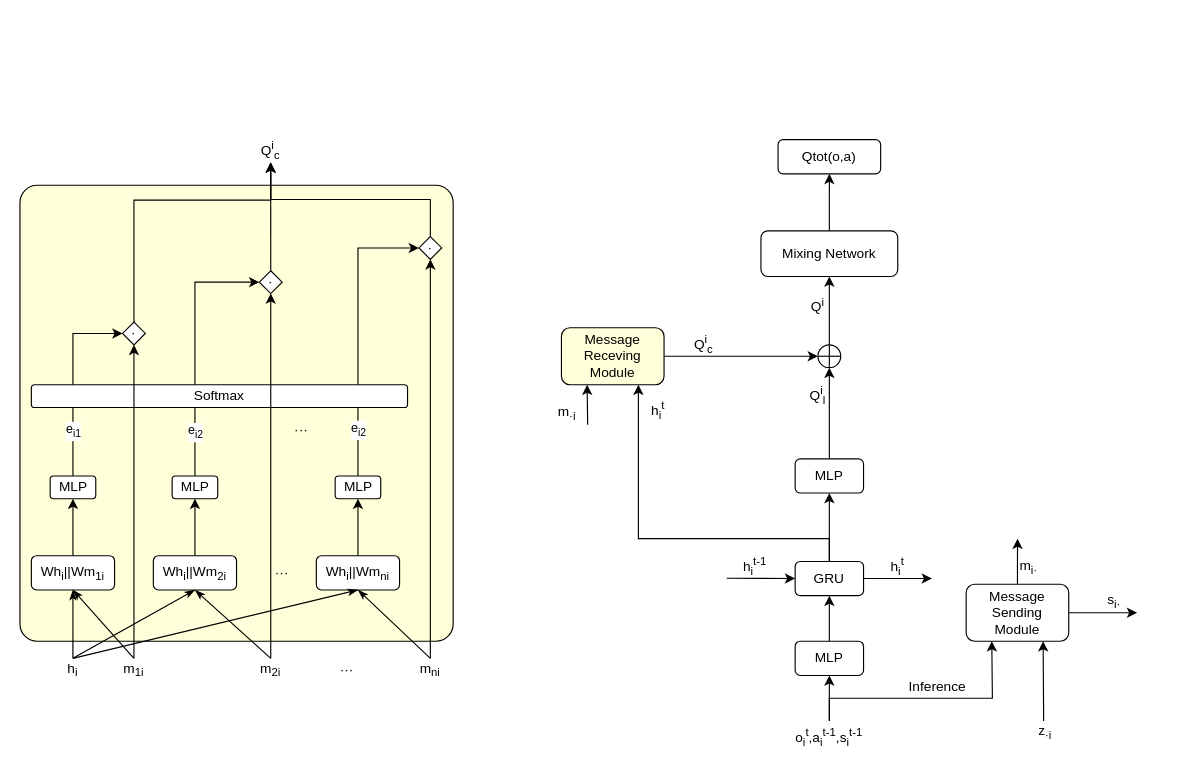
Earlier version of the draw.io diagram network.drawio (fan-zine/drawio). Source tidied: cells renumbered, new cells numbered last; positions are measured from the earlier drawing's top-left corner, leaving out a move shared by most shapes. Both pictures are drawn from the tidied source at 114%, with x=0, y=0 at pixel (19, 139).
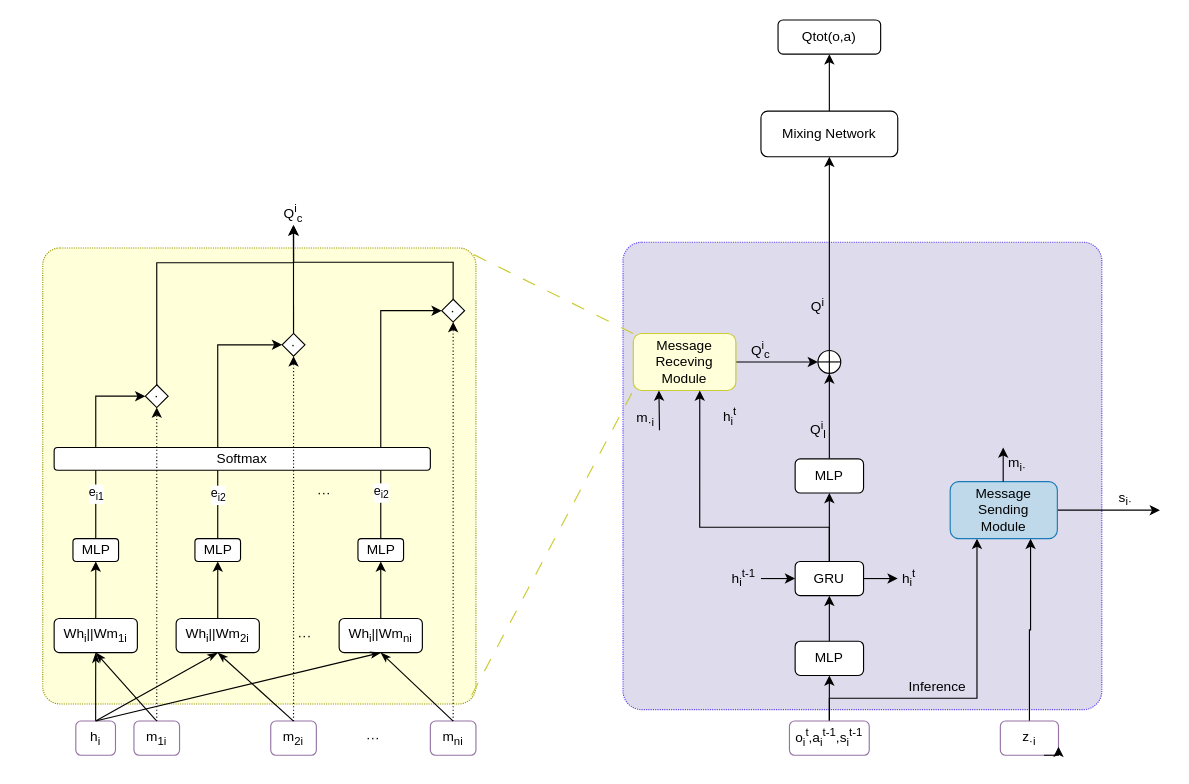
The same page after the edit.

The change refers to these unchanged cells:
```xml
<mxCell id="11" value="GRU" style="rounded=1;whiteSpace=wrap;html=1;" parent="1" vertex="1">
  <mxGeometry x="680" y="370" width="60" height="30" as="geometry" />
</mxCell>
<mxCell id="15" value="MLP" style="rounded=1;whiteSpace=wrap;html=1;" parent="1" vertex="1">
  <mxGeometry x="680" y="280" width="60" height="30" as="geometry" />
</mxCell>
```

What changed in the source:
```diff
@@
+    <mxCell id="77" style="rounded=1;whiteSpace=wrap;html=1;strokeColor=#5e40f2;align=center;verticalAlign=middle;fontFamily=Helvetica;fontSize=12;fillColor=#dedbec;shadow=0;glass=0;arcSize=4;dashed=1;dashPattern=1 1;" parent="1" vertex="1">
+      <mxGeometry x="529" y="90" width="420" height="410" as="geometry" />
+    </mxCell>
-    <mxCell id="2" style="rounded=1;whiteSpace=wrap;html=1;strokeColor=#000000;align=center;verticalAlign=middle;fontFamily=Helvetica;fontSize=12;fillColor=#ffffd9;shadow=0;glass=0;arcSize=4;" parent="1" vertex="1">
-      <mxGeometry y="40" width="380" height="400" as="geometry" />
+    <mxCell id="2" style="rounded=1;whiteSpace=wrap;html=1;strokeColor=#999900;align=center;verticalAlign=middle;fontFamily=Helvetica;fontSize=12;fillColor=#ffffd9;shadow=0;glass=0;arcSize=4;dashed=1;dashPattern=1 1;" parent="1" vertex="1">
+      <mxGeometry x="20" y="95" width="380" height="400" as="geometry" />
     </mxCell>
@@
-    <mxCell id="10" style="edgeStyle=orthogonalEdgeStyle;rounded=0;jettySize=auto;html=1;exitX=0.5;exitY=0;exitDx=0;exitDy=0;entryX=0.75;entryY=1;entryDx=0;entryDy=0;" parent="1" edge="1" source="11" target="29">
-      <mxGeometry relative="1" as="geometry">
-        <Array as="points">
-          <mxPoint x="710" y="350" />
-          <mxPoint x="543" y="350" />
-          <mxPoint x="543" y="215" />
-        </Array>
-      </mxGeometry>
-    </mxCell>
@@
+    <mxCell id="27" style="edgeStyle=orthogonalEdgeStyle;rounded=0;jettySize=auto;html=1;exitX=0.5;exitY=0;exitDx=0;exitDy=0;entryX=0.25;entryY=1;entryDx=0;entryDy=0;fontFamily=Helvetica;fontSize=12;fontColor=default;" parent="1" edge="1" source="13" target="26">
+      <mxGeometry relative="1" as="geometry">
+        <Array as="points">
+          <mxPoint x="710" y="490" />
+          <mxPoint x="840" y="490" />
+        </Array>
+      </mxGeometry>
+    </mxCell>
-    <mxCell id="13" value="o&lt;sub&gt;i&lt;/sub&gt;&lt;sup&gt;t&lt;/sup&gt;,a&lt;sub&gt;i&lt;/sub&gt;&lt;sup&gt;t-1&lt;/sup&gt;,s&lt;sub&gt;i&lt;/sub&gt;&lt;sup&gt;t-1&lt;/sup&gt;" style="text;html=1;align=center;verticalAlign=middle;whiteSpace=wrap;rounded=0;" parent="1" vertex="1">
+    <mxCell id="13" value="o&lt;sub&gt;i&lt;/sub&gt;&lt;sup&gt;t&lt;/sup&gt;,a&lt;sub&gt;i&lt;/sub&gt;&lt;sup&gt;t-1&lt;/sup&gt;,s&lt;sub&gt;i&lt;/sub&gt;&lt;sup&gt;t-1&lt;/sup&gt;" style="text;html=1;align=center;verticalAlign=middle;whiteSpace=wrap;rounded=1;fillColor=none;strokeColor=#9673a6;" parent="1" vertex="1">
       <mxGeometry x="675" y="510" width="70" height="30" as="geometry" />
     </mxCell>
-    <mxCell id="14" style="edgeStyle=orthogonalEdgeStyle;rounded=0;jettySize=auto;html=1;exitX=0.5;exitY=0;exitDx=0;exitDy=0;entryX=0.5;entryY=1;entryDx=0;entryDy=0;" parent="1" edge="1" source="15">
-      <mxGeometry relative="1" as="geometry">
-        <mxPoint x="710" y="200" as="targetPoint" />
-      </mxGeometry>
-    </mxCell>
+    <mxCell id="78" style="edgeStyle=orthogonalEdgeStyle;rounded=0;jettySize=auto;html=1;exitX=0.5;exitY=0;exitDx=0;exitDy=0;entryX=0.5;entryY=1;entryDx=0;entryDy=0;fontFamily=Helvetica;fontSize=12;fontColor=default;" parent="1" edge="1" source="15" target="33">
+      <mxGeometry relative="1" as="geometry" />
+    </mxCell>
@@
     <mxCell id="17" value="Mixing Network" style="rounded=1;whiteSpace=wrap;html=1;" parent="1" vertex="1">
-      <mxGeometry x="650" y="80" width="120" height="40" as="geometry" />
+      <mxGeometry x="650" y="-25" width="120" height="40" as="geometry" />
     </mxCell>
     <mxCell id="18" value="Qtot(o,a)" style="rounded=1;whiteSpace=wrap;html=1;" parent="1" vertex="1">
-      <mxGeometry x="665" width="90" height="30" as="geometry" />
+      <mxGeometry x="665" y="-105" width="90" height="30" as="geometry" />
     </mxCell>
-    <mxCell id="19" style="endArrow=classic;html=1;rounded=0;entryX=0;entryY=0.5;entryDx=0;entryDy=0;" parent="1" edge="1" target="11">
-      <mxGeometry relative="1" as="geometry">
-        <mxPoint x="620" y="384.7" as="sourcePoint" />
-      </mxGeometry>
+    <mxCell id="19" style="endArrow=classic;html=1;rounded=0;entryX=0;entryY=0.5;entryDx=0;entryDy=0;exitX=1;exitY=0.5;exitDx=0;exitDy=0;" parent="1" edge="1" source="21" target="11">
+      <mxGeometry relative="1" as="geometry" />
     </mxCell>
-    <mxCell id="20" style="endArrow=classic;html=1;rounded=0;exitX=1;exitY=0.5;exitDx=0;exitDy=0;" parent="1" edge="1" source="11">
-      <mxGeometry relative="1" as="geometry">
-        <mxPoint x="800" y="385" as="targetPoint" />
-      </mxGeometry>
+    <mxCell id="20" style="endArrow=classic;html=1;rounded=0;exitX=1;exitY=0.5;exitDx=0;exitDy=0;entryX=0;entryY=0.5;entryDx=0;entryDy=0;" parent="1" edge="1" source="11" target="75">
+      <mxGeometry relative="1" as="geometry" />
     </mxCell>
     <mxCell id="21" value="h&lt;sub&gt;i&lt;/sub&gt;&lt;sup&gt;t-1&lt;/sup&gt;" style="text;html=1;align=center;verticalAlign=middle;whiteSpace=wrap;rounded=0;" parent="1" vertex="1">
-      <mxGeometry x="615" y="360" width="60" height="30" as="geometry" />
+      <mxGeometry x="620" y="370" width="30" height="30" as="geometry" />
     </mxCell>
@@
-    <mxCell id="23" value="h&lt;sub&gt;i&lt;/sub&gt;" style="text;html=1;align=center;verticalAlign=middle;whiteSpace=wrap;rounded=0;" parent="1" vertex="1">
-      <mxGeometry x="38.2" y="455" width="16.5" height="20" as="geometry" />
+    <mxCell id="23" value="h&lt;sub&gt;i&lt;/sub&gt;" style="text;html=1;align=center;verticalAlign=middle;whiteSpace=wrap;rounded=1;fillColor=none;strokeColor=#9673a6;" parent="1" vertex="1">
+      <mxGeometry x="49" y="510" width="34.8" height="30" as="geometry" />
     </mxCell>
-    <mxCell id="24" style="edgeStyle=orthogonalEdgeStyle;rounded=0;jettySize=auto;html=1;exitX=1;exitY=0.5;exitDx=0;exitDy=0;" parent="1" edge="1" source="26">
-      <mxGeometry relative="1" as="geometry">
-        <mxPoint x="980" y="415" as="targetPoint" />
-      </mxGeometry>
-    </mxCell>
-    <mxCell id="25" style="edgeStyle=orthogonalEdgeStyle;rounded=0;jettySize=auto;html=1;exitX=0.5;exitY=0;exitDx=0;exitDy=0;" parent="1" edge="1" source="26">
-      <mxGeometry relative="1" as="geometry">
-        <mxPoint x="875.1" y="350" as="targetPoint" />
-      </mxGeometry>
-    </mxCell>
+    <mxCell id="79" style="edgeStyle=orthogonalEdgeStyle;rounded=0;jettySize=auto;html=1;exitX=1;exitY=0.5;exitDx=0;exitDy=0;fontFamily=Helvetica;fontSize=12;fontColor=default;" parent="1" edge="1" source="26">
+      <mxGeometry relative="1" as="geometry">
+        <mxPoint x="1000" y="325" as="targetPoint" />
+      </mxGeometry>
+    </mxCell>
-    <mxCell id="26" value="Message&lt;br&gt;Sending&lt;br&gt;Module" style="rounded=1;whiteSpace=wrap;html=1;" parent="1" vertex="1">
-      <mxGeometry x="830" y="390" width="90" height="50" as="geometry" />
+    <mxCell id="26" value="Message&lt;br&gt;Sending&lt;br&gt;Module" style="rounded=1;whiteSpace=wrap;html=1;fillColor=#bfd9ea;strokeColor=#1a7bb7;" parent="1" vertex="1">
+      <mxGeometry x="816" y="300" width="94" height="50" as="geometry" />
     </mxCell>
-    <mxCell id="27" style="endArrow=classic;html=1;rounded=0;exitX=0.5;exitY=0;exitDx=0;exitDy=0;entryX=0.25;entryY=1;entryDx=0;entryDy=0;" parent="1" edge="1" source="13" target="26">
-      <mxGeometry relative="1" as="geometry">
-        <Array as="points">
-          <mxPoint x="710" y="490" />
-          <mxPoint x="853" y="490" />
-        </Array>
-      </mxGeometry>
-    </mxCell>
@@
+    <mxCell id="80" style="rounded=0;jettySize=auto;html=1;exitX=0;exitY=0;exitDx=0;exitDy=0;fontFamily=Helvetica;fontSize=12;fontColor=default;endArrow=none;endFill=0;strokeColor=#cbcb34;dashed=1;dashPattern=12 12;entryX=0.981;entryY=0.008;entryDx=0;entryDy=0;entryPerimeter=0;" parent="1" edge="1" source="29" target="2">
+      <mxGeometry relative="1" as="geometry" />
+    </mxCell>
-    <mxCell id="29" value="Message&lt;br&gt;Receving&lt;br&gt;Module" style="rounded=1;whiteSpace=wrap;html=1;fillColor=#ffffd9;" parent="1" vertex="1">
-      <mxGeometry x="475" y="165" width="90" height="50" as="geometry" />
+    <mxCell id="29" value="Message&lt;br&gt;Receving&lt;br&gt;Module" style="rounded=1;whiteSpace=wrap;html=1;fillColor=#ffffd9;strokeColor=#cbcb34;" parent="1" vertex="1">
+      <mxGeometry x="538" y="170" width="90" height="50" as="geometry" />
     </mxCell>
     <mxCell id="30" value="Q&lt;sup&gt;i&lt;/sup&gt;&lt;sub&gt;c&lt;/sub&gt;" style="text;html=1;align=center;verticalAlign=middle;whiteSpace=wrap;rounded=0;" parent="1" vertex="1">
-      <mxGeometry x="570" y="165" width="60" height="30" as="geometry" />
+      <mxGeometry x="620" y="170" width="60" height="30" as="geometry" />
     </mxCell>
     <mxCell id="31" value="h&lt;sub&gt;i&lt;/sub&gt;&lt;sup&gt;t&lt;/sup&gt;" style="text;html=1;align=center;verticalAlign=middle;whiteSpace=wrap;rounded=0;" parent="1" vertex="1">
-      <mxGeometry x="550" y="225" width="20" height="25" as="geometry" />
+      <mxGeometry x="613" y="230" width="20" height="25" as="geometry" />
     </mxCell>
-    <mxCell id="32" style="edgeStyle=orthogonalEdgeStyle;rounded=0;jettySize=auto;html=1;exitX=0.5;exitY=0;exitDx=0;exitDy=0;entryX=0.5;entryY=1;entryDx=0;entryDy=0;" parent="1" edge="1" source="33" target="17">
+    <mxCell id="32" style="edgeStyle=orthogonalEdgeStyle;rounded=0;jettySize=auto;html=1;exitX=0.5;exitY=0;exitDx=0;exitDy=0;entryX=0.5;entryY=1;entryDx=0;entryDy=0;fontFamily=Helvetica;fontSize=12;fontColor=default;" parent="1" edge="1" source="33" target="17">
       <mxGeometry relative="1" as="geometry" />
     </mxCell>
     <mxCell id="33" style="shape=orEllipse;perimeter=ellipsePerimeter;whiteSpace=wrap;html=1;backgroundOutline=1;" parent="1" vertex="1">
-      <mxGeometry x="700" y="180" width="20" height="20" as="geometry" />
+      <mxGeometry x="700" y="185" width="20" height="20" as="geometry" />
     </mxCell>
     <mxCell id="34" value="Q&lt;sup&gt;i&lt;/sup&gt;&lt;sub&gt;l&lt;/sub&gt;" style="text;html=1;align=center;verticalAlign=middle;whiteSpace=wrap;rounded=0;" parent="1" vertex="1">
-      <mxGeometry x="670" y="210" width="60" height="30" as="geometry" />
+      <mxGeometry x="687.5" y="240" width="25" height="30" as="geometry" />
     </mxCell>
@@
-    <mxCell id="36" style="endArrow=classic;html=1;rounded=0;entryX=0.75;entryY=1;entryDx=0;entryDy=0;" parent="1" edge="1" target="26">
-      <mxGeometry relative="1" as="geometry">
-        <mxPoint x="898" y="510" as="sourcePoint" />
-      </mxGeometry>
-    </mxCell>
+    <mxCell id="81" style="edgeStyle=orthogonalEdgeStyle;rounded=0;jettySize=auto;html=1;exitX=0.5;exitY=0;exitDx=0;exitDy=0;entryX=0.75;entryY=1;entryDx=0;entryDy=0;fontFamily=Helvetica;fontSize=12;fontColor=default;" parent="1" edge="1" source="37" target="26">
+      <mxGeometry relative="1" as="geometry" />
+    </mxCell>
-    <mxCell id="37" value="z&lt;sub&gt;·i&lt;/sub&gt;" style="text;html=1;align=center;verticalAlign=middle;whiteSpace=wrap;rounded=0;" parent="1" vertex="1">
-      <mxGeometry x="879" y="510" width="41" height="20" as="geometry" />
+    <mxCell id="37" value="z&lt;sub&gt;·i&lt;/sub&gt;" style="text;html=1;align=center;verticalAlign=middle;whiteSpace=wrap;rounded=1;fillColor=none;strokeColor=#9673a6;" parent="1" vertex="1">
+      <mxGeometry x="860" y="510" width="51" height="30" as="geometry" />
     </mxCell>
     <mxCell id="38" value="s&lt;sub&gt;i·&lt;/sub&gt;" style="text;html=1;align=center;verticalAlign=middle;whiteSpace=wrap;rounded=0;" parent="1" vertex="1">
-      <mxGeometry x="930" y="390" width="60" height="30" as="geometry" />
+      <mxGeometry x="940" y="300" width="60" height="30" as="geometry" />
     </mxCell>
@@
     <mxCell id="40" style="endArrow=classic;html=1;rounded=0;entryX=0.25;entryY=1;entryDx=0;entryDy=0;" parent="1" edge="1" target="29">
       <mxGeometry relative="1" as="geometry">
-        <mxPoint x="498" y="250" as="sourcePoint" />
+        <mxPoint x="561" y="255" as="sourcePoint" />
       </mxGeometry>
     </mxCell>
     <mxCell id="41" value="m&lt;sub&gt;·i&lt;/sub&gt;" style="text;html=1;align=center;verticalAlign=middle;whiteSpace=wrap;rounded=0;" parent="1" vertex="1">
-      <mxGeometry x="460" y="230" width="40" height="20" as="geometry" />
+      <mxGeometry x="529" y="235" width="40" height="20" as="geometry" />
     </mxCell>
     <mxCell id="42" value="m&lt;sub&gt;i·&lt;/sub&gt;" style="text;html=1;align=center;verticalAlign=middle;whiteSpace=wrap;rounded=0;" parent="1" vertex="1">
-      <mxGeometry x="860" y="360" width="50" height="30" as="geometry" />
+      <mxGeometry x="850" y="270" width="50" height="30" as="geometry" />
     </mxCell>
@@
     <mxCell id="44" value="Wh&lt;sub&gt;i&lt;/sub&gt;||Wm&lt;sub&gt;1i&lt;/sub&gt;" style="rounded=1;whiteSpace=wrap;html=1;" parent="1" vertex="1">
-      <mxGeometry x="10" y="365" width="73" height="30" as="geometry" />
+      <mxGeometry x="30" y="420" width="73" height="30" as="geometry" />
     </mxCell>
@@
     <mxCell id="46" value="Wh&lt;sub&gt;i&lt;/sub&gt;||Wm&lt;sub&gt;2i&lt;/sub&gt;" style="rounded=1;whiteSpace=wrap;html=1;" parent="1" vertex="1">
-      <mxGeometry x="117" y="365" width="73" height="30" as="geometry" />
+      <mxGeometry x="137" y="420" width="73" height="30" as="geometry" />
     </mxCell>
@@
     <mxCell id="48" value="Wh&lt;sub&gt;i&lt;/sub&gt;||Wm&lt;sub&gt;ni&lt;/sub&gt;" style="rounded=1;whiteSpace=wrap;html=1;" parent="1" vertex="1">
-      <mxGeometry x="260" y="365" width="73" height="30" as="geometry" />
+      <mxGeometry x="280" y="420" width="73" height="30" as="geometry" />
     </mxCell>
     <mxCell id="49" value="···" style="text;html=1;align=center;verticalAlign=middle;whiteSpace=wrap;rounded=0;" parent="1" vertex="1">
-      <mxGeometry x="200" y="370" width="60" height="20" as="geometry" />
+      <mxGeometry x="220" y="425" width="60" height="20" as="geometry" />
     </mxCell>
@@
-    <mxCell id="51" value="m&lt;sub&gt;1i&lt;/sub&gt;" style="text;html=1;align=center;verticalAlign=middle;whiteSpace=wrap;rounded=0;" parent="1" vertex="1">
-      <mxGeometry x="90" y="455" width="20" height="20" as="geometry" />
+    <mxCell id="51" value="m&lt;sub&gt;1i&lt;/sub&gt;" style="text;html=1;align=center;verticalAlign=middle;whiteSpace=wrap;rounded=1;fillColor=none;strokeColor=#9673a6;" parent="1" vertex="1">
+      <mxGeometry x="100" y="510" width="40" height="30" as="geometry" />
     </mxCell>
-    <mxCell id="52" value="m&lt;sub&gt;2i&lt;/sub&gt;" style="text;html=1;align=center;verticalAlign=middle;whiteSpace=wrap;rounded=0;" parent="1" vertex="1">
-      <mxGeometry x="210" y="455" width="20" height="20" as="geometry" />
+    <mxCell id="52" value="m&lt;sub&gt;2i&lt;/sub&gt;" style="text;html=1;align=center;verticalAlign=middle;whiteSpace=wrap;rounded=1;fillColor=none;strokeColor=#9673a6;" parent="1" vertex="1">
+      <mxGeometry x="220" y="510" width="40" height="30" as="geometry" />
     </mxCell>
-    <mxCell id="53" value="···" style="text;html=1;align=center;verticalAlign=middle;whiteSpace=wrap;rounded=0;" parent="1" vertex="1">
-      <mxGeometry x="256.5" y="455" width="60" height="20" as="geometry" />
+    <mxCell id="53" value="···" style="text;html=1;align=center;verticalAlign=middle;whiteSpace=wrap;rounded=0;fillColor=none;strokeColor=none;" parent="1" vertex="1">
+      <mxGeometry x="280" y="515" width="60" height="20" as="geometry" />
     </mxCell>
-    <mxCell id="54" style="edgeStyle=orthogonalEdgeStyle;rounded=0;jettySize=auto;html=1;exitX=0.5;exitY=0;exitDx=0;exitDy=0;entryX=0.5;entryY=1;entryDx=0;entryDy=0;fontFamily=Helvetica;fontSize=12;fontColor=default;" parent="1" edge="1" source="55" target="69">
+    <mxCell id="54" style="edgeStyle=orthogonalEdgeStyle;rounded=0;jettySize=auto;html=1;exitX=0.5;exitY=0;exitDx=0;exitDy=0;entryX=0.5;entryY=1;entryDx=0;entryDy=0;fontFamily=Helvetica;fontSize=12;fontColor=default;dashed=1;dashPattern=1 2;" parent="1" edge="1" source="55" target="69">
       <mxGeometry relative="1" as="geometry" />
     </mxCell>
-    <mxCell id="55" value="m&lt;sub&gt;ni&lt;/sub&gt;" style="text;html=1;align=center;verticalAlign=middle;whiteSpace=wrap;rounded=0;" parent="1" vertex="1">
-      <mxGeometry x="350" y="455" width="20" height="20" as="geometry" />
+    <mxCell id="55" value="m&lt;sub&gt;ni&lt;/sub&gt;" style="text;html=1;align=center;verticalAlign=middle;whiteSpace=wrap;rounded=1;fillColor=none;strokeColor=#9673a6;" parent="1" vertex="1">
+      <mxGeometry x="360" y="510" width="40" height="30" as="geometry" />
     </mxCell>
@@
     <mxCell id="60" value="MLP" style="rounded=1;whiteSpace=wrap;html=1;" parent="1" vertex="1">
-      <mxGeometry x="26.5" y="295" width="40" height="20" as="geometry" />
+      <mxGeometry x="46.5" y="350" width="40" height="20" as="geometry" />
     </mxCell>
     <mxCell id="61" value="MLP" style="rounded=1;whiteSpace=wrap;html=1;" parent="1" vertex="1">
-      <mxGeometry x="133.5" y="295" width="40" height="20" as="geometry" />
+      <mxGeometry x="153.5" y="350" width="40" height="20" as="geometry" />
     </mxCell>
     <mxCell id="62" value="MLP" style="rounded=1;whiteSpace=wrap;html=1;" parent="1" vertex="1">
-      <mxGeometry x="276.5" y="295" width="40" height="20" as="geometry" />
+      <mxGeometry x="296.5" y="350" width="40" height="20" as="geometry" />
     </mxCell>
@@
     <mxCell id="65" value="Softmax" style="rounded=1;whiteSpace=wrap;html=1;" parent="1" vertex="1">
-      <mxGeometry x="10" y="215" width="330" height="20" as="geometry" />
+      <mxGeometry x="30" y="270" width="330" height="20" as="geometry" />
     </mxCell>
     <mxCell id="66" style="edgeStyle=orthogonalEdgeStyle;rounded=0;jettySize=auto;html=1;exitX=0.5;exitY=0;exitDx=0;exitDy=0;fontFamily=Helvetica;fontSize=12;fontColor=default;entryX=0.5;entryY=1;entryDx=0;entryDy=0;" parent="1" edge="1" target="76">
       <mxGeometry relative="1" as="geometry">
-        <mxPoint x="100" y="163" as="sourcePoint" />
+        <mxPoint x="120" y="218" as="sourcePoint" />
         <Array as="points">
-          <mxPoint x="100" y="53" />
-          <mxPoint x="220" y="53" />
+          <mxPoint x="120" y="108" />
+          <mxPoint x="240" y="108" />
         </Array>
       </mxGeometry>
     </mxCell>
     <mxCell id="67" value="·" style="rhombus;whiteSpace=wrap;html=1;" parent="1" vertex="1">
-      <mxGeometry x="90" y="160" width="20" height="20" as="geometry" />
+      <mxGeometry x="110" y="215" width="20" height="20" as="geometry" />
     </mxCell>
@@
     <mxCell id="69" value="·" style="rhombus;whiteSpace=wrap;html=1;" parent="1" vertex="1">
-      <mxGeometry x="350" y="85" width="20" height="20" as="geometry" />
+      <mxGeometry x="370" y="140" width="20" height="20" as="geometry" />
     </mxCell>
@@
     <mxCell id="71" value="·" style="rhombus;whiteSpace=wrap;html=1;" parent="1" vertex="1">
-      <mxGeometry x="210" y="115" width="20" height="20" as="geometry" />
+      <mxGeometry x="230" y="170" width="20" height="20" as="geometry" />
     </mxCell>
-    <mxCell id="72" style="edgeStyle=orthogonalEdgeStyle;rounded=0;jettySize=auto;html=1;exitX=0.5;exitY=0;exitDx=0;exitDy=0;entryX=0.5;entryY=1;entryDx=0;entryDy=0;fontFamily=Helvetica;fontSize=12;fontColor=default;" parent="1" edge="1" source="51" target="67">
+    <mxCell id="72" style="edgeStyle=orthogonalEdgeStyle;rounded=0;jettySize=auto;html=1;exitX=0.5;exitY=0;exitDx=0;exitDy=0;entryX=0.5;entryY=1;entryDx=0;entryDy=0;fontFamily=Helvetica;fontSize=12;fontColor=default;dashed=1;dashPattern=1 2;" parent="1" edge="1" source="51" target="67">
       <mxGeometry relative="1" as="geometry" />
     </mxCell>
-    <mxCell id="73" style="edgeStyle=orthogonalEdgeStyle;rounded=0;jettySize=auto;html=1;exitX=0.5;exitY=0;exitDx=0;exitDy=0;fontFamily=Helvetica;fontSize=12;fontColor=default;entryX=0.5;entryY=1;entryDx=0;entryDy=0;" parent="1" edge="1" source="52" target="71">
+    <mxCell id="73" style="edgeStyle=orthogonalEdgeStyle;rounded=0;jettySize=auto;html=1;exitX=0.5;exitY=0;exitDx=0;exitDy=0;fontFamily=Helvetica;fontSize=12;fontColor=default;entryX=0.5;entryY=1;entryDx=0;entryDy=0;dashed=1;dashPattern=1 2;" parent="1" edge="1" source="52" target="71">
       <mxGeometry relative="1" as="geometry" />
     </mxCell>
     <mxCell id="74" value="···" style="text;html=1;align=center;verticalAlign=middle;whiteSpace=wrap;rounded=0;" parent="1" vertex="1">
-      <mxGeometry x="216.5" y="245" width="60" height="20" as="geometry" />
+      <mxGeometry x="236.5" y="300" width="60" height="20" as="geometry" />
     </mxCell>
     <mxCell id="75" value="h&lt;sub&gt;i&lt;/sub&gt;&lt;sup&gt;t&lt;/sup&gt;" style="text;html=1;align=center;verticalAlign=middle;whiteSpace=wrap;rounded=0;" parent="1" vertex="1">
-      <mxGeometry x="760" y="362.5" width="20" height="25" as="geometry" />
+      <mxGeometry x="770" y="372.5" width="20" height="25" as="geometry" />
     </mxCell>
     <mxCell id="76" value="Q&lt;sup&gt;i&lt;/sup&gt;&lt;sub&gt;c&lt;/sub&gt;" style="text;html=1;align=center;verticalAlign=middle;whiteSpace=wrap;rounded=0;" parent="1" vertex="1">
-      <mxGeometry x="198.2" width="43.5" height="20" as="geometry" />
+      <mxGeometry x="218.2" y="55" width="43.5" height="20" as="geometry" />
     </mxCell>
+    <mxCell id="82" style="rounded=0;jettySize=auto;html=1;fontFamily=Helvetica;fontSize=12;fontColor=default;endArrow=none;endFill=0;entryX=0;entryY=1;entryDx=0;entryDy=0;strokeColor=#cbcb34;dashed=1;dashPattern=12 12;exitX=0.99;exitY=0.981;exitDx=0;exitDy=0;exitPerimeter=0;" parent="1" edge="1" source="2" target="29">
+      <mxGeometry relative="1" as="geometry" />
+    </mxCell>
+    <mxCell id="83" style="edgeStyle=orthogonalEdgeStyle;rounded=0;orthogonalLoop=1;jettySize=auto;html=1;exitX=0.25;exitY=1;exitDx=0;exitDy=0;entryX=0.25;entryY=0;entryDx=0;entryDy=0;fontFamily=Helvetica;fontSize=12;fontColor=default;" parent="1" edge="1" source="42" target="42">
+      <mxGeometry relative="1" as="geometry" />
+    </mxCell>
+    <mxCell id="10" style="edgeStyle=orthogonalEdgeStyle;rounded=0;jettySize=auto;html=1;exitX=0.5;exitY=0;exitDx=0;exitDy=0;entryX=0.648;entryY=1.002;entryDx=0;entryDy=0;entryPerimeter=0;fontFamily=Helvetica;fontSize=12;fontColor=default;" parent="1" edge="1" source="11" target="29">
+      <mxGeometry relative="1" as="geometry">
+        <Array as="points">
+          <mxPoint x="710" y="340" />
+          <mxPoint x="596" y="340" />
+        </Array>
+      </mxGeometry>
+    </mxCell>
+    <mxCell id="84" style="edgeStyle=orthogonalEdgeStyle;rounded=0;orthogonalLoop=1;jettySize=auto;html=1;exitX=0.75;exitY=1;exitDx=0;exitDy=0;entryX=1;entryY=0.75;entryDx=0;entryDy=0;fontFamily=Helvetica;fontSize=12;fontColor=default;" parent="1" edge="1" source="37" target="37">
+      <mxGeometry relative="1" as="geometry" />
+    </mxCell>
```
